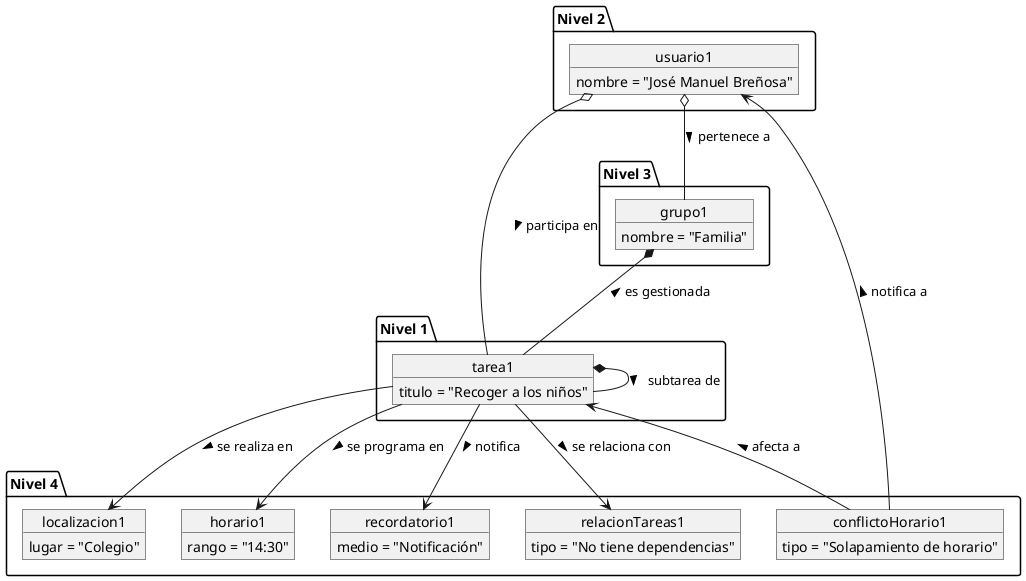
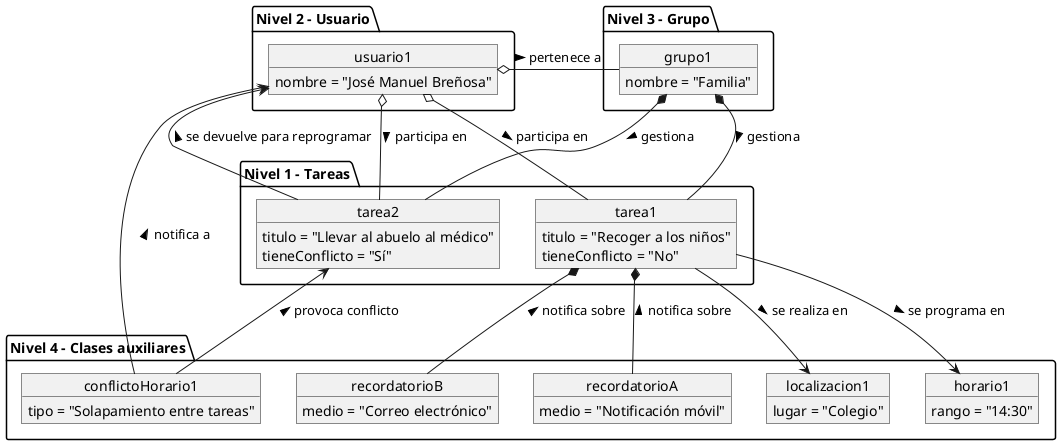
- @startuml Diagrama de Objetos - Primera Reunión
+ @startuml Diagrama de Objetos - Conflicto Horario
top to bottom direction
skinparam classAttributeIconSize 0

- ' Nivel 1: Tarea
- package "Nivel 1" {
+ ' Nivel 1: Tareas
+ package "Nivel 1 - Tareas" {
  object tarea1 {
    titulo = "Recoger a los niños"
+     tieneConflicto = "No"
+   }
+ 
+   object tarea2 {
+     titulo = "Llevar al abuelo al médico"
+     tieneConflicto = "Sí"
  }
}

' Nivel 2: Usuario
- package "Nivel 2" {
+ package "Nivel 2 - Usuario" {
  object usuario1 {
    nombre = "José Manuel Breñosa"
  }
}

' Nivel 3: Grupo
- package "Nivel 3" {
+ package "Nivel 3 - Grupo" {
  object grupo1 {
    nombre = "Familia"
  }
}

- ' Nivel 4: Resto de clases
- package "Nivel 4" {
+ ' Nivel 4: Entidades externas
+ package "Nivel 4 - Clases auxiliares" {
+ 
  object conflictoHorario1 {
-     tipo = "Solapamiento de horario"
+     tipo = "Solapamiento entre tareas"
  }
+ 
+   ' Varios recordatorios posibles
+   object recordatorioA {
+     medio = "Notificación móvil"
+   }
+ 
+   object recordatorioB {
+     medio = "Correo electrónico"
+   }
+ 
  object localizacion1 {
    lugar = "Colegio"
  }
+ 
  object horario1 {
    rango = "14:30"
-   }
-   object recordatorio1 {
-     medio = "Notificación"
-   }
-   object relacionTareas1 {
-     tipo = "No tiene dependencias"
  }
}

' Relaciones principales
- grupo1 *-- tarea1 : es gestionada <
+ grupo1 *-- tarea1 : gestiona >
+ grupo1 *-- tarea2 : gestiona >
+ 
usuario1 o-- tarea1 : participa en >
+ usuario1 o-- tarea2 : participa en >
usuario1 o-- grupo1 : pertenece a >
- tarea1 *-- tarea1 : subtarea de >

- ' Relaciones con el resto
- tarea1 <-- conflictoHorario1 : afecta a <
- usuario1 <-- conflictoHorario1 : notifica a <
+ ' Relaciones externas para tarea sin conflicto
tarea1 --> localizacion1 : se realiza en >
tarea1 --> horario1 : se programa en >
- tarea1 --> recordatorio1 : notifica >
- tarea1 --> relacionTareas1 : se relaciona con >

- @enduml+ ' Recordatorios asociados a la tarea sin conflicto (varios)
+ tarea1 *-- recordatorioA : notifica sobre <
+ tarea1 *-- recordatorioB : notifica sobre <
+ 
+ ' Relaciones para la tarea con conflicto
+ tarea2 <-- conflictoHorario1 : provoca conflicto <
+ conflictoHorario1 --> usuario1 : notifica a >
+ tarea2 --> usuario1 : se devuelve para reprogramar >
+ 
+ @enduml
